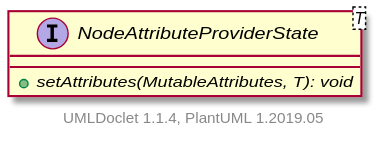
Before: apidocs/2.11.0.M8-SNAPSHOT/org/apache/wiki/markdown/extensions/jspwikilinks/attributeprovider/NodeAttributeProviderState.svg, a diagram exported from PlantUML (apache/jspwiki-site).
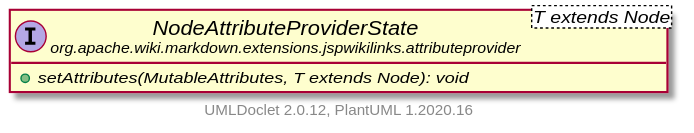
The same diagram one commit later.

The edit, as a diff of the source:
```diff
@@ -1,9 +1,11 @@
 @startuml
+    set namespaceSeparator none
+    hide empty fields
+    hide empty methods
 
-    interface NodeAttributeProviderState<T> [[NodeAttributeProviderState.html]] {
-        {abstract} +setAttributes(MutableAttributes, T): void
+    interface "<size:14>NodeAttributeProviderState\n<size:10>org.apache.wiki.markdown.extensions.jspwikilinks.attributeprovider" as org.apache.wiki.markdown.extensions.jspwikilinks.attributeprovider.NodeAttributeProviderState<T extends Node> [[NodeAttributeProviderState.html]] {
+        {abstract} +setAttributes(MutableAttributes, T extends Node): void
     }
 
-
-    center footer UMLDoclet 1.1.4, PlantUML 1.2019.05
+    center footer UMLDoclet 2.0.12, PlantUML 1.2020.16
 @enduml
```
